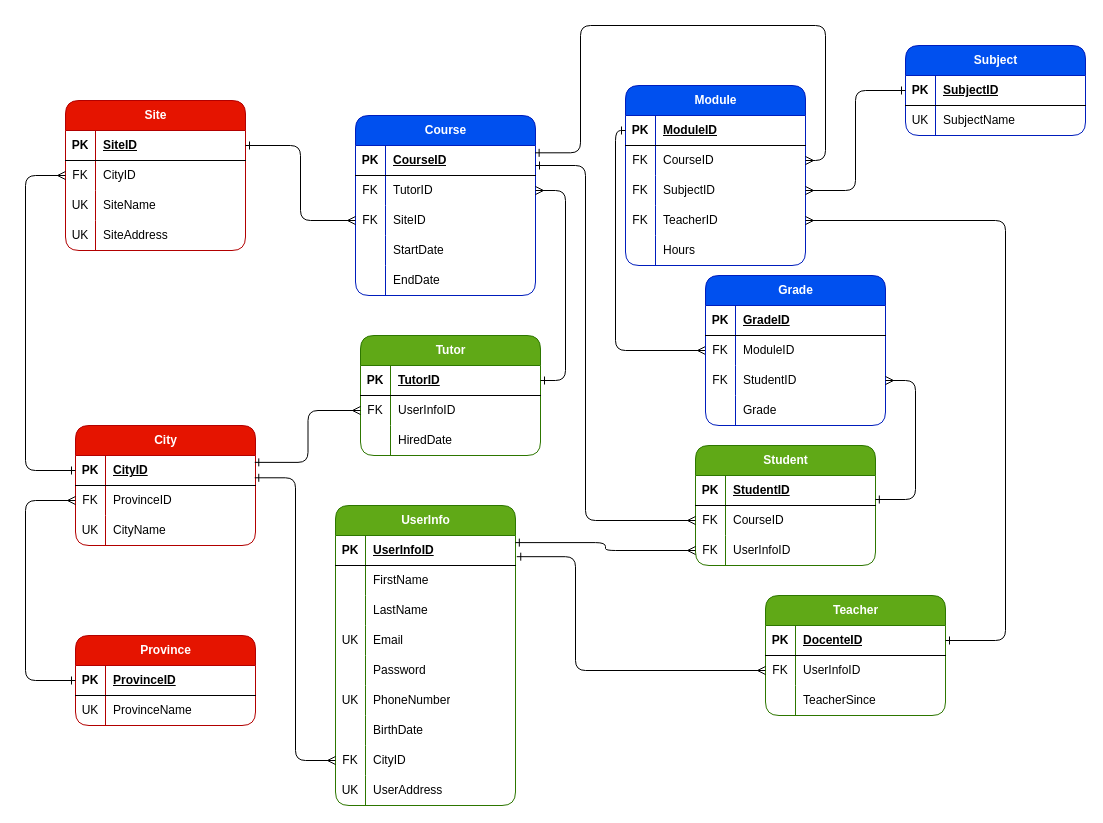
This is diagrammaER.dio from gyowyx96/ProgettoDatabaseAcademy, a draw.io file, before an edit. Source tidied: cells renumbered, new cells numbered last; positions are measured from the earlier drawing's top-left corner, leaving out a move shared by most shapes. Both pictures are drawn from the tidied source at 100%, with x=0, y=0 at pixel (25, 25).
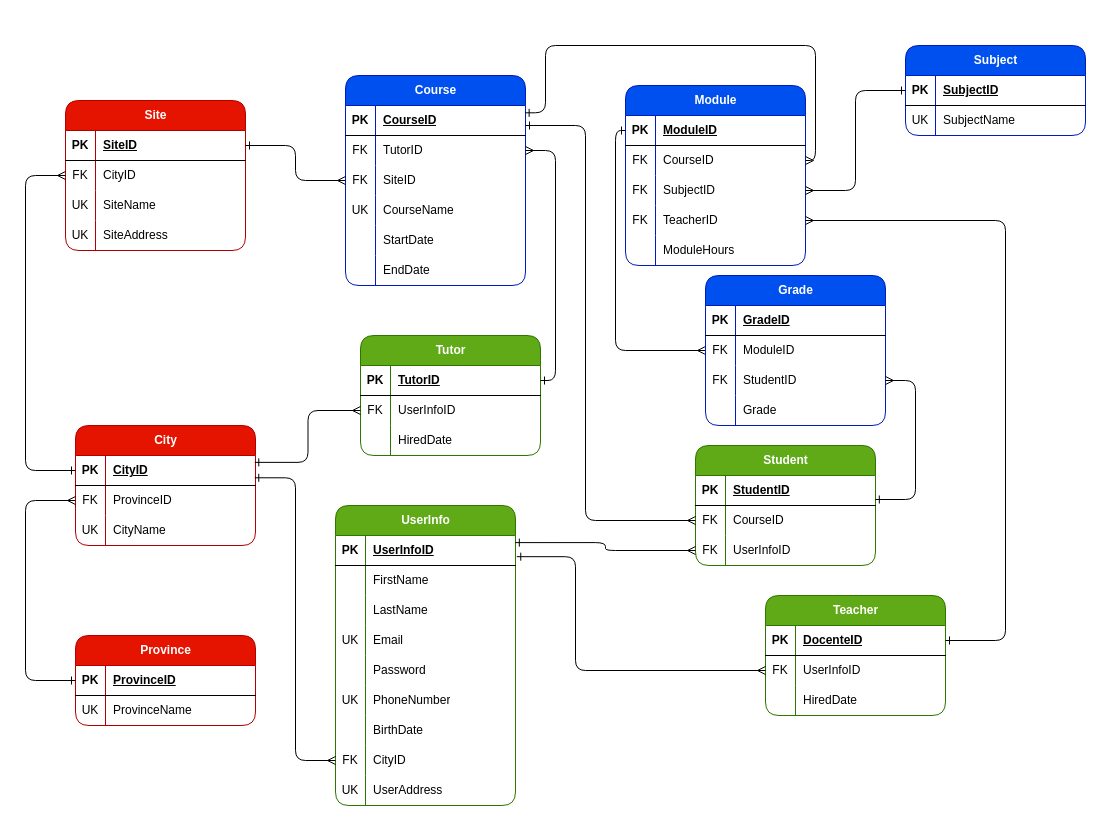
After the change.

Commit message (it also covers changes not shown here):
Finish DLL and adapt Changes on DiagrammaER

The change refers to these unchanged cells:
```xml
<mxCell id="6" style="shape=tableRow;horizontal=0;startSize=0;swimlaneHead=0;swimlaneBody=0;fillColor=none;points=[[0,0.5],[1,0.5]];portConstraint=eastwest;top=0;left=0;right=0;bottom=0;" parent="2" vertex="1">
  <mxGeometry y="60" width="180" height="30" as="geometry" />
</mxCell>
<mxCell id="13" style="shape=tableRow;horizontal=0;startSize=0;swimlaneHead=0;swimlaneBody=0;fillColor=none;points=[[0,0.5],[1,0.5]];portConstraint=eastwest;top=0;left=0;right=0;bottom=1;" parent="12" vertex="1">
  <mxGeometry y="30" width="180" height="30" as="geometry" />
</mxCell>
<mxCell id="29" style="shape=tableRow;horizontal=0;startSize=0;swimlaneHead=0;swimlaneBody=0;fillColor=none;top=0;left=0;right=0;bottom=0;" parent="22" vertex="1">
  <mxGeometry y="90" width="180" height="30" as="geometry" />
</mxCell>
<mxCell id="33" style="shape=tableRow;horizontal=0;startSize=0;swimlaneHead=0;swimlaneBody=0;fillColor=none;points=[[0,0.5],[1,0.5]];portConstraint=eastwest;top=0;left=0;right=0;bottom=1;" parent="32" vertex="1">
  <mxGeometry y="30" width="180" height="30" as="geometry" />
</mxCell>
<mxCell id="36" style="shape=tableRow;horizontal=0;startSize=0;swimlaneHead=0;swimlaneBody=0;fillColor=none;points=[[0,0.5],[1,0.5]];portConstraint=eastwest;top=0;left=0;right=0;bottom=0;" parent="32" vertex="1">
  <mxGeometry y="60" width="180" height="30" as="geometry" />
</mxCell>
<mxCell id="59" style="shape=tableRow;horizontal=0;startSize=0;swimlaneHead=0;swimlaneBody=0;fillColor=none;points=[[0,0.5],[1,0.5]];portConstraint=eastwest;top=0;left=0;right=0;bottom=0;" parent="55" vertex="1">
  <mxGeometry y="60" width="180" height="30" as="geometry" />
</mxCell>
<mxCell id="68" style="shape=tableRow;horizontal=0;startSize=0;swimlaneHead=0;swimlaneBody=0;fillColor=none;top=0;left=0;right=0;bottom=0;" parent="55" vertex="1">
  <mxGeometry y="150" width="180" height="30" as="geometry" />
</mxCell>
```

The edit, as a diff of the source:
```diff
@@
-    <mxCell id="31" value="TeacherSince" style="shape=partialRectangle;fillColor=none;top=0;left=0;bottom=0;right=0;align=left;spacingLeft=6;overflow=hidden;whiteSpace=wrap;html=1;" parent="29" vertex="1">
+    <mxCell id="31" value="HiredDate" style="shape=partialRectangle;fillColor=none;top=0;left=0;bottom=0;right=0;align=left;spacingLeft=6;overflow=hidden;whiteSpace=wrap;html=1;" parent="29" vertex="1">
       <mxGeometry x="30" width="150" height="30" as="geometry" />
     </mxCell>
     <mxCell id="32" value="Course" style="shape=table;startSize=30;childLayout=tableLayout;rowLines=0;fontStyle=1;align=center;html=1;rounded=1;fillColor=#0050ef;fontColor=#ffffff;strokeColor=#001DBC;" parent="1" vertex="1">
-      <mxGeometry x="330" y="90" width="180" height="180" as="geometry" />
+      <mxGeometry x="320" y="50" width="180" height="210" as="geometry" />
     </mxCell>
@@
+    <mxCell id="156" style="shape=tableRow;horizontal=0;startSize=0;swimlaneHead=0;swimlaneBody=0;fillColor=none;top=0;left=0;right=0;bottom=0;" parent="32" vertex="1">
+      <mxGeometry y="120" width="180" height="30" as="geometry" />
+    </mxCell>
+    <mxCell id="157" value="UK" style="shape=partialRectangle;fillColor=none;top=0;left=0;bottom=0;right=0;overflow=hidden;whiteSpace=wrap;html=1;" parent="156" vertex="1">
+      <mxGeometry width="30" height="30" as="geometry" />
+    </mxCell>
+    <mxCell id="158" value="CourseName" style="shape=partialRectangle;fillColor=none;top=0;left=0;bottom=0;right=0;align=left;spacingLeft=6;overflow=hidden;whiteSpace=wrap;html=1;" parent="156" vertex="1">
+      <mxGeometry x="30" width="150" height="30" as="geometry" />
+    </mxCell>
     <mxCell id="42" style="shape=tableRow;horizontal=0;startSize=0;swimlaneHead=0;swimlaneBody=0;fillColor=none;top=0;left=0;right=0;bottom=0;" parent="32" vertex="1">
-      <mxGeometry y="120" width="180" height="30" as="geometry" />
+      <mxGeometry y="150" width="180" height="30" as="geometry" />
     </mxCell>
@@
     <mxCell id="45" style="shape=tableRow;horizontal=0;startSize=0;swimlaneHead=0;swimlaneBody=0;fillColor=none;top=0;left=0;right=0;bottom=0;" parent="32" vertex="1">
-      <mxGeometry y="150" width="180" height="30" as="geometry" />
+      <mxGeometry y="180" width="180" height="30" as="geometry" />
     </mxCell>
@@
-    <mxCell id="70" value="Hours" style="shape=partialRectangle;fillColor=none;top=0;left=0;bottom=0;right=0;align=left;spacingLeft=6;overflow=hidden;whiteSpace=wrap;html=1;" parent="68" vertex="1">
+    <mxCell id="70" value="ModuleHours" style="shape=partialRectangle;fillColor=none;top=0;left=0;bottom=0;right=0;align=left;spacingLeft=6;overflow=hidden;whiteSpace=wrap;html=1;" parent="68" vertex="1">
       <mxGeometry x="30" width="150" height="30" as="geometry" />
     </mxCell>
@@
     <mxCell id="114" style="edgeStyle=orthogonalEdgeStyle;fontSize=12;html=1;endArrow=ERmany;entryX=1;entryY=0.5;entryDx=0;entryDy=0;exitX=0.998;exitY=0.244;exitDx=0;exitDy=0;startArrow=ERone;startFill=0;exitPerimeter=0;" parent="1" edge="1" source="33" target="59">
       <mxGeometry relative="1" as="geometry">
         <Array as="points">
-          <mxPoint x="555" y="127" />
-          <mxPoint x="555" />
-          <mxPoint x="800" />
-          <mxPoint x="800" y="135" />
+          <mxPoint x="520" y="87" />
+          <mxPoint x="520" y="20" />
+          <mxPoint x="790" y="20" />
+          <mxPoint x="790" y="135" />
         </Array>
       </mxGeometry>
     </mxCell>
@@
     <mxCell id="116" style="edgeStyle=orthogonalEdgeStyle;fontSize=12;html=1;endArrow=ERmany;entryX=1;entryY=0.5;entryDx=0;entryDy=0;exitX=1;exitY=0.5;exitDx=0;exitDy=0;startArrow=ERone;startFill=0;" parent="1" edge="1" source="13" target="36">
       <mxGeometry relative="1" as="geometry">
         <Array as="points">
-          <mxPoint x="540" y="355" />
-          <mxPoint x="540" y="165" />
+          <mxPoint x="530" y="355" />
+          <mxPoint x="530" y="125" />
         </Array>
       </mxGeometry>
     </mxCell>
@@
     <mxCell id="153" style="edgeStyle=orthogonalEdgeStyle;fontSize=12;html=1;endArrow=ERmany;entryX=0;entryY=0.5;entryDx=0;entryDy=0;exitX=1;exitY=0.667;exitDx=0;exitDy=0;startArrow=ERone;startFill=0;exitPerimeter=0;" parent="1" edge="1" source="33" target="6">
       <mxGeometry relative="1" as="geometry">
         <Array as="points">
-          <mxPoint x="560" y="140" />
+          <mxPoint x="560" y="100" />
           <mxPoint x="560" y="495" />
         </Array>
       </mxGeometry>
     </mxCell>
```
